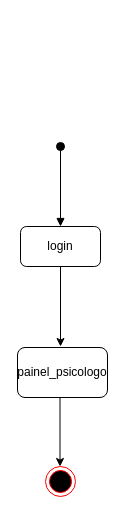
This is painel_psicologo.drawio from Patadaoikkk/uml, a draw.io file, before an edit. Source tidied: cells renumbered, new cells numbered last; positions are measured from the earlier drawing's top-left corner, leaving out a move shared by most shapes. Both pictures are drawn from the tidied source at 100%, with x=0, y=0 at pixel (17, 146).
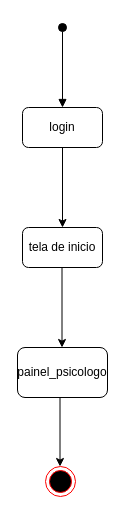
The same diagram, later.

The edit, as a diff of the source:
```diff
@@
 <mxGraphModel>
   <root>
     <mxCell id="0" />
     <mxCell id="1" parent="0" />
     <mxCell id="2" style="html=1;verticalAlign=bottom;startArrow=oval;startFill=1;endArrow=block;startSize=8;curved=0;rounded=0;" parent="1" edge="1">
       <mxGeometry relative="1" as="geometry">
-        <mxPoint x="43" as="sourcePoint" />
-        <mxPoint x="43" y="80" as="targetPoint" />
+        <mxPoint x="45" y="-119" as="sourcePoint" />
+        <mxPoint x="45" y="-39" as="targetPoint" />
       </mxGeometry>
     </mxCell>
     <mxCell id="3" value="login" style="rounded=1;whiteSpace=wrap;html=1;" parent="1" vertex="1">
-      <mxGeometry x="3" y="80" width="80" height="40" as="geometry" />
+      <mxGeometry x="5" y="-39" width="80" height="40" as="geometry" />
     </mxCell>
     <mxCell id="4" style="endArrow=classic;html=1;rounded=0;" parent="1" edge="1">
       <mxGeometry relative="1" as="geometry">
-        <mxPoint x="43" y="120" as="sourcePoint" />
-        <mxPoint x="43" y="200" as="targetPoint" />
+        <mxPoint x="45" y="1" as="sourcePoint" />
+        <mxPoint x="45" y="81" as="targetPoint" />
       </mxGeometry>
     </mxCell>
     <mxCell id="5" style="endArrow=classic;html=1;rounded=0;" parent="1" edge="1">
       <mxGeometry relative="1" as="geometry">
         <mxPoint x="42.5" y="240" as="sourcePoint" />
         <mxPoint x="42.5" y="320" as="targetPoint" />
       </mxGeometry>
     </mxCell>
     <mxCell id="6" value="painel_psicologo" style="rounded=1;whiteSpace=wrap;html=1;" parent="1" vertex="1">
       <mxGeometry y="201" width="90" height="50" as="geometry" />
     </mxCell>
     <mxCell id="7" style="ellipse;html=1;shape=endState;fillColor=#000000;strokeColor=#ff0000;" parent="1" vertex="1">
       <mxGeometry x="28" y="320" width="30" height="30" as="geometry" />
     </mxCell>
+    <mxCell id="8" style="endArrow=classic;html=1;rounded=0;" parent="1" edge="1">
+      <mxGeometry relative="1" as="geometry">
+        <mxPoint x="44.5" y="121" as="sourcePoint" />
+        <mxPoint x="44.5" y="201" as="targetPoint" />
+      </mxGeometry>
+    </mxCell>
+    <mxCell id="9" value="tela de inicio" style="rounded=1;whiteSpace=wrap;html=1;" parent="1" vertex="1">
+      <mxGeometry x="5" y="81" width="80" height="40" as="geometry" />
+    </mxCell>
   </root>
 </mxGraphModel>
```
